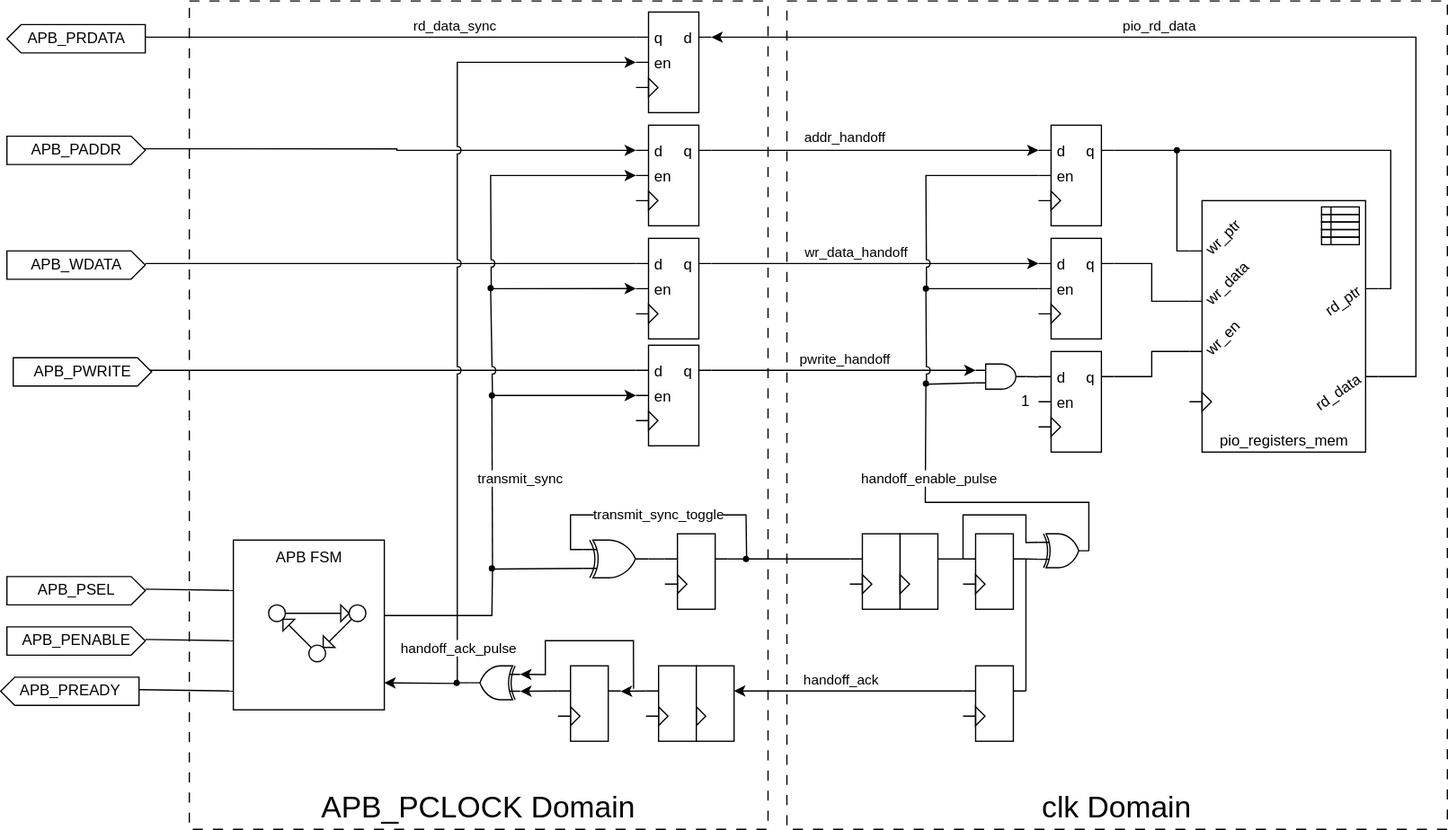
The draw.io diagram PIO_proxy/pio_proxy.drawio.svg in CodyTinker/RTLExercises, before a commit. Source tidied: cells renumbered, new cells last; positions are measured from the earlier drawing's top-left corner, leaving out a move shared by most shapes.
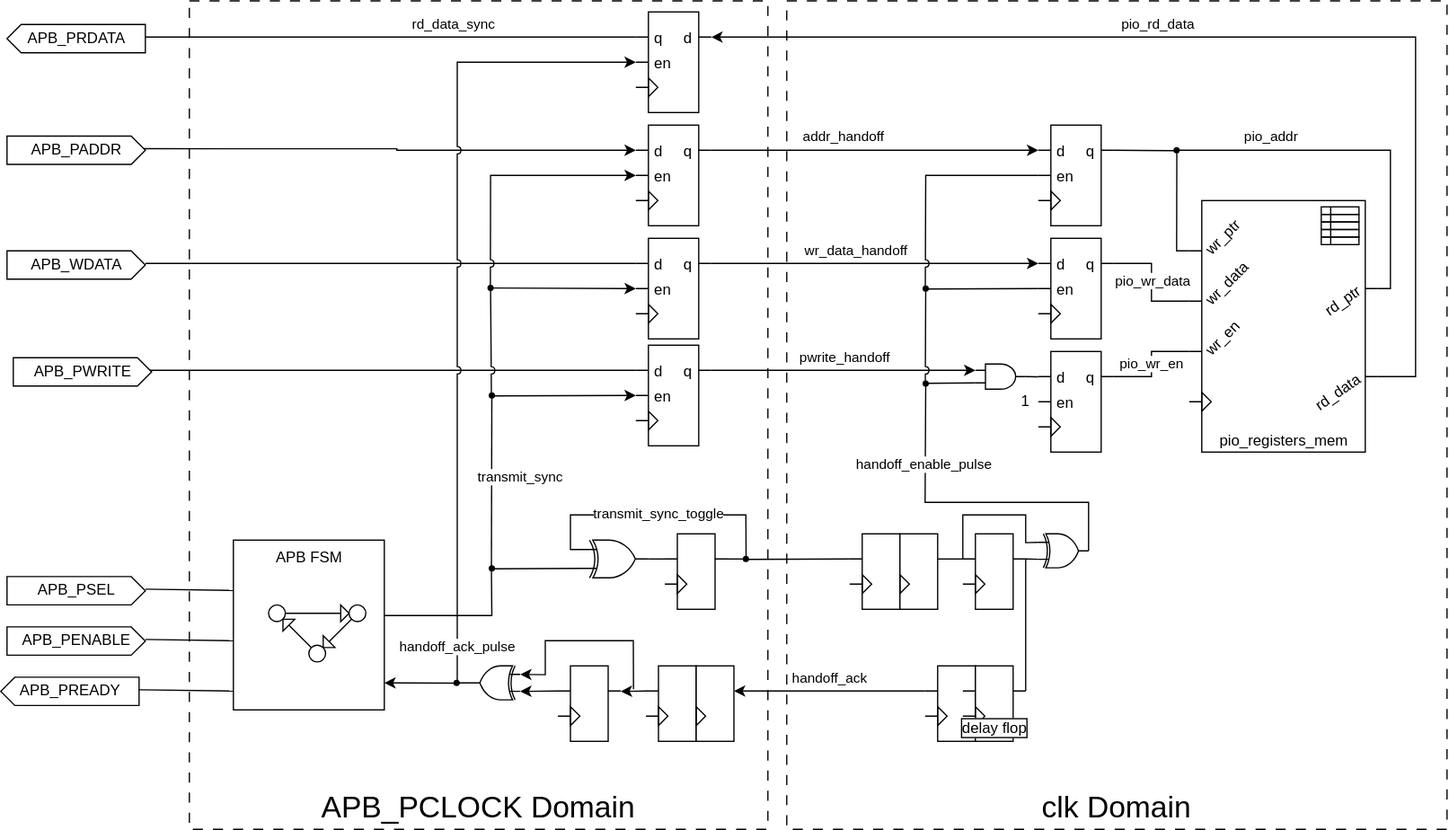
The same file after the commit.

Commit message:
Implementing APB-Register half of register domain

Change to the diagram source:
```diff
@@ -2,12 +2,15 @@
   <root>
     <mxCell id="0" />
     <mxCell id="1" parent="0" />
+    <mxCell id="3" value="clk Domain" style="rounded=0;whiteSpace=wrap;html=1;fillColor=none;dashed=1;dashPattern=8 8;verticalAlign=bottom;fontSize=24;" parent="1" vertex="1">
+      <mxGeometry x="625" y="0.2" width="525" height="658.8" as="geometry" />
+    </mxCell>
     <mxCell id="2" value="APB_PCLOCK Domain" style="rounded=0;whiteSpace=wrap;html=1;fillColor=none;dashed=1;dashPattern=8 8;verticalAlign=bottom;fontSize=24;" parent="1" vertex="1">
       <mxGeometry x="150" y="0.2" width="460" height="658.8" as="geometry" />
     </mxCell>
-    <mxCell id="3" value="clk Domain" style="rounded=0;whiteSpace=wrap;html=1;fillColor=none;dashed=1;dashPattern=8 8;verticalAlign=bottom;fontSize=24;" parent="1" vertex="1">
-      <mxGeometry x="625" y="0.2" width="525" height="658.8" as="geometry" />
-    </mxCell>
+    <mxCell id="97" style="externalPins=1;shadow=0;dashed=0;align=center;html=1;strokeWidth=1;shape=mxgraph.rtl.abstract.entity;left=,:clk;right=,:np;top=0;bottom=0;drawPins=1;snapToPoint=1;labelBackgroundColor=default;labelBorderColor=default;fontColor=default;verticalAlign=bottom;" parent="1" vertex="1">
+      <mxGeometry x="745" y="529" width="30" height="60" as="geometry" />
+    </mxCell>
     <mxCell id="4" style="edgeStyle=orthogonalEdgeStyle;rounded=0;html=1;exitX=0;exitY=0;exitDx=140;exitDy=140;exitPerimeter=0;fontColor=default;endArrow=classic;endFill=1;entryX=0;entryY=0;entryDx=50;entryDy=20;entryPerimeter=0;" parent="1" edge="1" source="6" target="61">
       <mxGeometry relative="1" as="geometry">
         <Array as="points">
@@ -43,6 +46,11 @@
         </Array>
       </mxGeometry>
     </mxCell>
+    <mxCell id="98" value="pio_wr_data" style="edgeLabel;html=1;align=center;verticalAlign=middle;" parent="9" vertex="1">
+      <mxGeometry x="-0.16" y="1" relative="1" as="geometry">
+        <mxPoint y="5" as="offset" />
+      </mxGeometry>
+    </mxCell>
     <mxCell id="10" style="externalPins=1;shadow=0;dashed=0;align=center;html=1;strokeWidth=1;shape=mxgraph.rtl.abstract.entity;left=d%2Cen%2C%3Aclk;right=q%2C%3Anp%2C%3Anp;top=0;bottom=0;drawPins=1;snapToPoint=1;labelBackgroundColor=none;labelBorderColor=none;fontColor=default;" parent="1" vertex="1">
       <mxGeometry x="835" y="189" width="40" height="80" as="geometry" />
     </mxCell>
@@ -54,6 +62,11 @@
         </Array>
       </mxGeometry>
     </mxCell>
+    <mxCell id="99" value="pio_wr_en" style="edgeLabel;html=1;align=center;verticalAlign=middle;" parent="11" vertex="1">
+      <mxGeometry x="0.08" relative="1" as="geometry">
+        <mxPoint y="3" as="offset" />
+      </mxGeometry>
+    </mxCell>
     <mxCell id="12" style="externalPins=1;shadow=0;dashed=0;align=center;html=1;strokeWidth=1;shape=mxgraph.rtl.abstract.entity;left=d%2Cen%2C%3Aclk;right=q%2C%3Anp%2C%3Anp;top=0;bottom=0;drawPins=1;snapToPoint=1;labelBackgroundColor=none;labelBorderColor=none;fontColor=default;" parent="1" vertex="1">
       <mxGeometry x="835" y="279" width="40" height="80" as="geometry" />
     </mxCell>
@@ -97,13 +110,13 @@
     </mxCell>
     <mxCell id="22" value="handoff_enable_pulse" style="edgeLabel;html=1;align=center;verticalAlign=middle;fontColor=default;labelBackgroundColor=default;labelBorderColor=none;" parent="21" vertex="1">
       <mxGeometry x="-0.37" y="1" relative="1" as="geometry">
-        <mxPoint x="-83" y="-21" as="offset" />
+        <mxPoint x="-87" y="-31" as="offset" />
       </mxGeometry>
     </mxCell>
     <mxCell id="23" style="verticalLabelPosition=bottom;shadow=0;dashed=0;align=center;html=1;verticalAlign=top;shape=mxgraph.electrical.logic_gates.logic_gate;operation=xor;labelBackgroundColor=none;labelBorderColor=none;fontColor=default;" parent="1" vertex="1">
       <mxGeometry x="825" y="424" width="40" height="27" as="geometry" />
     </mxCell>
-    <mxCell id="24" style="edgeStyle=none;rounded=0;html=1;exitX=0;exitY=0;exitDx=-10;exitDy=20;exitPerimeter=0;strokeColor=default;fontColor=default;startArrow=none;startFill=0;endArrow=classic;endFill=1;entryX=0;entryY=0;entryDx=30;entryDy=20;entryPerimeter=0;" parent="1" edge="1" source="26" target="66">
+    <mxCell id="24" style="edgeStyle=none;rounded=0;html=1;strokeColor=default;fontColor=default;startArrow=none;startFill=0;endArrow=classic;endFill=1;entryX=0;entryY=0;entryDx=30;entryDy=20;entryPerimeter=0;exitX=0;exitY=0;exitDx=-10;exitDy=20;exitPerimeter=0;" parent="1" edge="1" source="97" target="66">
       <mxGeometry relative="1" as="geometry" />
     </mxCell>
     <mxCell id="25" value="handoff_ack" style="edgeLabel;html=1;align=center;verticalAlign=middle;fontColor=default;" parent="24" vertex="1">
@@ -111,9 +124,6 @@
         <mxPoint x="30" y="-10" as="offset" />
       </mxGeometry>
     </mxCell>
-    <mxCell id="26" style="externalPins=1;shadow=0;dashed=0;align=center;html=1;strokeWidth=1;shape=mxgraph.rtl.abstract.entity;left=,:clk;right=,:np;top=0;bottom=0;drawPins=1;snapToPoint=1;labelBackgroundColor=none;labelBorderColor=none;fontColor=default;" parent="1" vertex="1">
-      <mxGeometry x="775" y="529" width="30" height="60" as="geometry" />
-    </mxCell>
     <mxCell id="27" style="edgeStyle=none;rounded=0;html=1;exitX=0;exitY=0;exitDx=50;exitDy=20;exitPerimeter=0;entryDx=-10;entryDy=50;entryPerimeter=0;fontColor=default;endArrow=none;endFill=0;" parent="1" edge="1" source="8" target="29">
       <mxGeometry relative="1" as="geometry" />
     </mxCell>
@@ -125,6 +135,14 @@
         </Array>
       </mxGeometry>
     </mxCell>
+    <mxCell id="100" value="pio_addr" style="edgeLabel;html=1;align=center;verticalAlign=middle;" parent="28" vertex="1">
+      <mxGeometry x="-0.75" y="-1" relative="1" as="geometry">
+        <mxPoint x="39" y="-12" as="offset" />
+      </mxGeometry>
+    </mxCell>
+    <mxCell id="26" value="delay flop" style="externalPins=1;shadow=0;dashed=0;align=center;html=1;strokeWidth=1;shape=mxgraph.rtl.abstract.entity;left=,:clk;right=,:np;top=0;bottom=0;drawPins=1;snapToPoint=1;labelBackgroundColor=default;labelBorderColor=default;fontColor=default;verticalAlign=bottom;" parent="1" vertex="1">
+      <mxGeometry x="775" y="529" width="30" height="60" as="geometry" />
+    </mxCell>
     <mxCell id="29" style="externalPins=0;ellipse;whiteSpace=wrap;html=1;fillColor=#000000;strokeColor=none;noLabel=1;snapToPoint=1;perimeter=none;labelBackgroundColor=none;labelBorderColor=none;fontColor=default;" parent="1" vertex="1">
       <mxGeometry x="932.5" y="116.5" width="5" height="5" as="geometry" />
     </mxCell>
```
